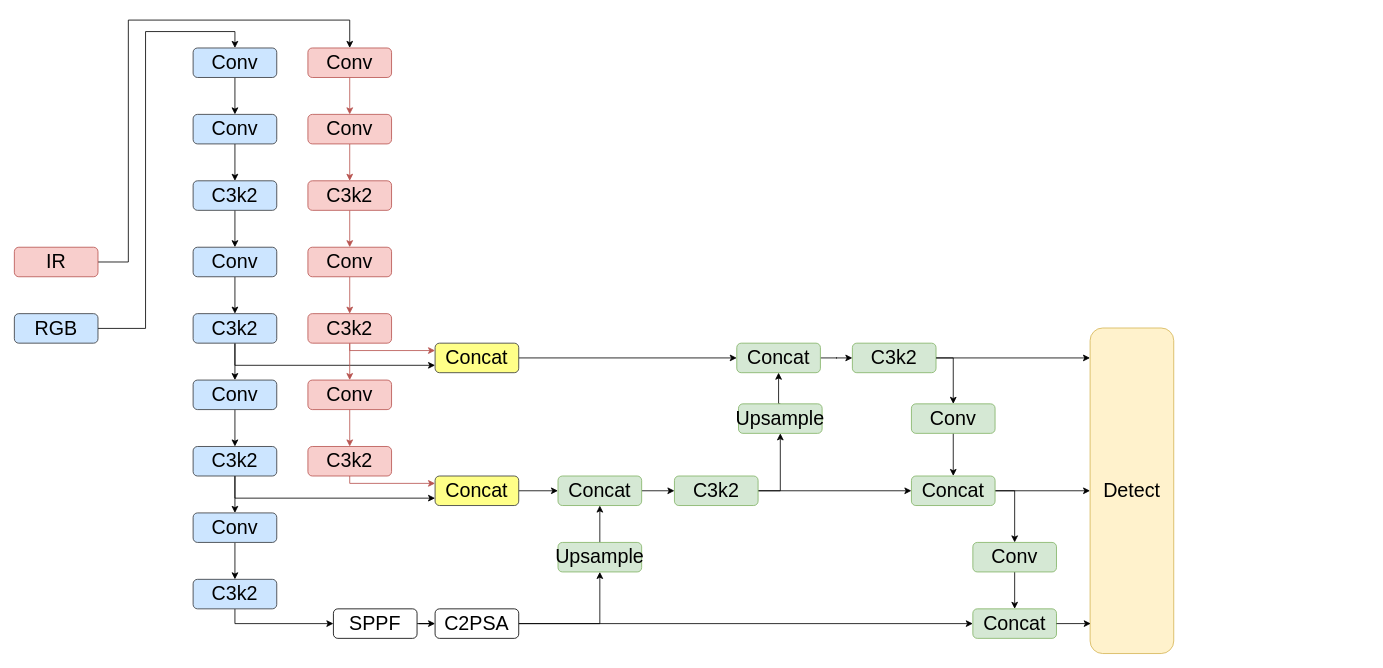
Before: asymmetric.drawio in COSMOSHH/drawio-github, a draw.io diagram. Source tidied: cells renumbered, new cells numbered last; positions are measured from the earlier drawing's top-left corner, leaving out a move shared by most shapes. Both pictures are drawn from the tidied source at 82%, with x=0, y=0 at pixel (14, 20).
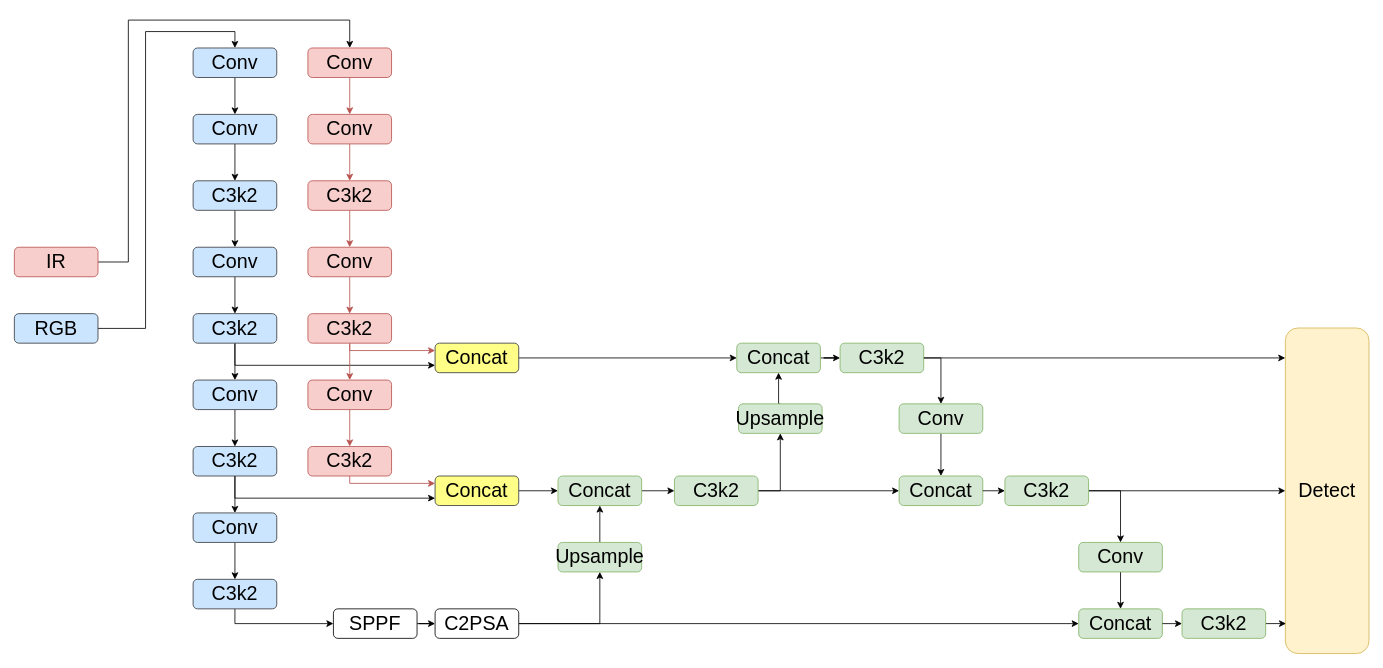
The same diagram, later.

The edit, as a diff of the source:
```diff
@@
     <mxCell id="9" value="&lt;span style=&quot;font-size: 24px;&quot;&gt;C3k2&lt;/span&gt;" style="rounded=1;whiteSpace=wrap;html=1;fillColor=#d5e8d4;strokeColor=#82b366;" parent="1" vertex="1">
-      <mxGeometry x="1022" y="394" width="102" height="36" as="geometry" />
+      <mxGeometry x="1007" y="394" width="102" height="36" as="geometry" />
     </mxCell>
@@
     <mxCell id="25" value="&lt;span style=&quot;font-size: 24px;&quot;&gt;Conv&lt;/span&gt;" style="rounded=1;whiteSpace=wrap;html=1;fillColor=#d5e8d4;strokeColor=#82b366;" parent="1" vertex="1">
-      <mxGeometry x="1094" y="468" width="102" height="36" as="geometry" />
+      <mxGeometry x="1079" y="468" width="102" height="36" as="geometry" />
     </mxCell>
-    <mxCell id="26" style="edgeStyle=orthogonalEdgeStyle;rounded=0;jettySize=auto;html=1;exitX=1;exitY=0.5;exitDx=0;exitDy=0;entryX=0.5;entryY=0;entryDx=0;entryDy=0;" parent="1" edge="1" source="28" target="30">
-      <mxGeometry relative="1" as="geometry" />
-    </mxCell>
-    <mxCell id="27" style="edgeStyle=orthogonalEdgeStyle;rounded=0;jettySize=auto;html=1;exitX=1;exitY=0.5;exitDx=0;exitDy=0;entryX=0;entryY=0.5;entryDx=0;entryDy=0;" parent="1" edge="1" source="28" target="32">
+    <mxCell id="27" style="edgeStyle=orthogonalEdgeStyle;rounded=0;jettySize=auto;html=1;exitX=1;exitY=0.5;exitDx=0;exitDy=0;entryX=0;entryY=0.5;entryDx=0;entryDy=0;" parent="1" edge="1" source="77" target="32">
       <mxGeometry relative="1" as="geometry" />
     </mxCell>
     <mxCell id="28" value="&lt;span style=&quot;font-size: 24px;&quot;&gt;Concat&lt;/span&gt;" style="rounded=1;whiteSpace=wrap;html=1;fillColor=#d5e8d4;strokeColor=#82b366;" parent="1" vertex="1">
-      <mxGeometry x="1094" y="556" width="102" height="36" as="geometry" />
+      <mxGeometry x="1079" y="556" width="102" height="36" as="geometry" />
     </mxCell>
@@
     <mxCell id="30" value="&lt;span style=&quot;font-size: 24px;&quot;&gt;Conv&lt;/span&gt;" style="rounded=1;whiteSpace=wrap;html=1;fillColor=#d5e8d4;strokeColor=#82b366;" parent="1" vertex="1">
-      <mxGeometry x="1168.9" y="637" width="102" height="36" as="geometry" />
+      <mxGeometry x="1298" y="637" width="102" height="36" as="geometry" />
     </mxCell>
     <mxCell id="31" value="&lt;span style=&quot;font-size: 24px;&quot;&gt;Concat&lt;/span&gt;" style="rounded=1;whiteSpace=wrap;html=1;fillColor=#d5e8d4;strokeColor=#82b366;" parent="1" vertex="1">
-      <mxGeometry x="1168.9" y="718" width="102" height="36" as="geometry" />
+      <mxGeometry x="1298" y="718" width="102" height="36" as="geometry" />
     </mxCell>
     <mxCell id="32" value="&lt;span style=&quot;font-size: 24px;&quot;&gt;Detect&lt;/span&gt;" style="rounded=1;whiteSpace=wrap;html=1;fillColor=#fff2cc;strokeColor=#d6b656;" parent="1" vertex="1">
-      <mxGeometry x="1311.9" y="375.5" width="102" height="397" as="geometry" />
+      <mxGeometry x="1550" y="375.5" width="102" height="397" as="geometry" />
     </mxCell>
@@
-    <mxCell id="74" style="edgeStyle=orthogonalEdgeStyle;rounded=0;jettySize=auto;html=1;exitX=1;exitY=0.5;exitDx=0;exitDy=0;entryX=0.008;entryY=0.908;entryDx=0;entryDy=0;entryPerimeter=0;" parent="1" edge="1" source="31" target="32">
+    <mxCell id="74" style="edgeStyle=orthogonalEdgeStyle;rounded=0;jettySize=auto;html=1;exitX=1;exitY=0.5;exitDx=0;exitDy=0;entryX=0.008;entryY=0.908;entryDx=0;entryDy=0;entryPerimeter=0;" parent="1" edge="1" source="79" target="32">
       <mxGeometry relative="1" as="geometry" />
     </mxCell>
+    <mxCell id="75" style="edgeStyle=orthogonalEdgeStyle;rounded=0;jettySize=auto;html=1;exitX=1;exitY=0.5;exitDx=0;exitDy=0;entryX=0;entryY=0.5;entryDx=0;entryDy=0;" parent="1" edge="1" source="28" target="77">
+      <mxGeometry relative="1" as="geometry" />
+    </mxCell>
+    <mxCell id="76" style="edgeStyle=orthogonalEdgeStyle;rounded=0;jettySize=auto;html=1;exitX=1;exitY=0.5;exitDx=0;exitDy=0;entryX=0.5;entryY=0;entryDx=0;entryDy=0;" parent="1" edge="1" source="77" target="30">
+      <mxGeometry relative="1" as="geometry" />
+    </mxCell>
+    <mxCell id="77" value="&lt;span style=&quot;font-size: 24px;&quot;&gt;C3k2&lt;/span&gt;" style="rounded=1;whiteSpace=wrap;html=1;fillColor=#d5e8d4;strokeColor=#82b366;" parent="1" vertex="1">
+      <mxGeometry x="1208" y="556" width="102" height="36" as="geometry" />
+    </mxCell>
+    <mxCell id="78" style="edgeStyle=orthogonalEdgeStyle;rounded=0;jettySize=auto;html=1;exitX=1;exitY=0.5;exitDx=0;exitDy=0;entryX=0;entryY=0.5;entryDx=0;entryDy=0;" parent="1" edge="1" source="31" target="79">
+      <mxGeometry relative="1" as="geometry" />
+    </mxCell>
+    <mxCell id="79" value="&lt;span style=&quot;font-size: 24px;&quot;&gt;C3k2&lt;/span&gt;" style="rounded=1;whiteSpace=wrap;html=1;fillColor=#d5e8d4;strokeColor=#82b366;" parent="1" vertex="1">
+      <mxGeometry x="1424" y="718" width="102" height="36" as="geometry" />
+    </mxCell>
```
